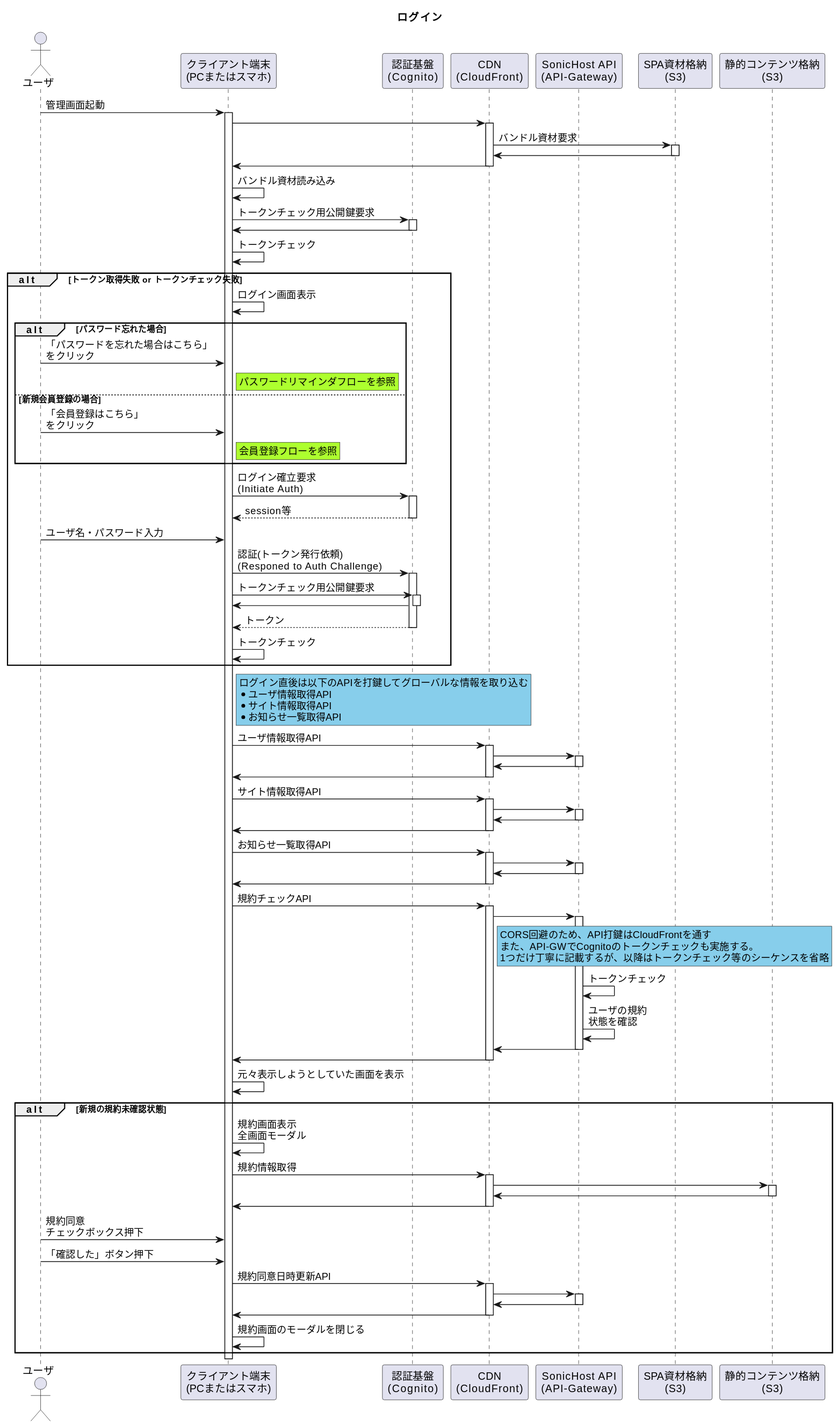
Before: 01_Sequences/00_Authentication/00_Login_Flow/LoginFlow.svg, a diagram exported from PlantUML (Sonic-Host/documents).
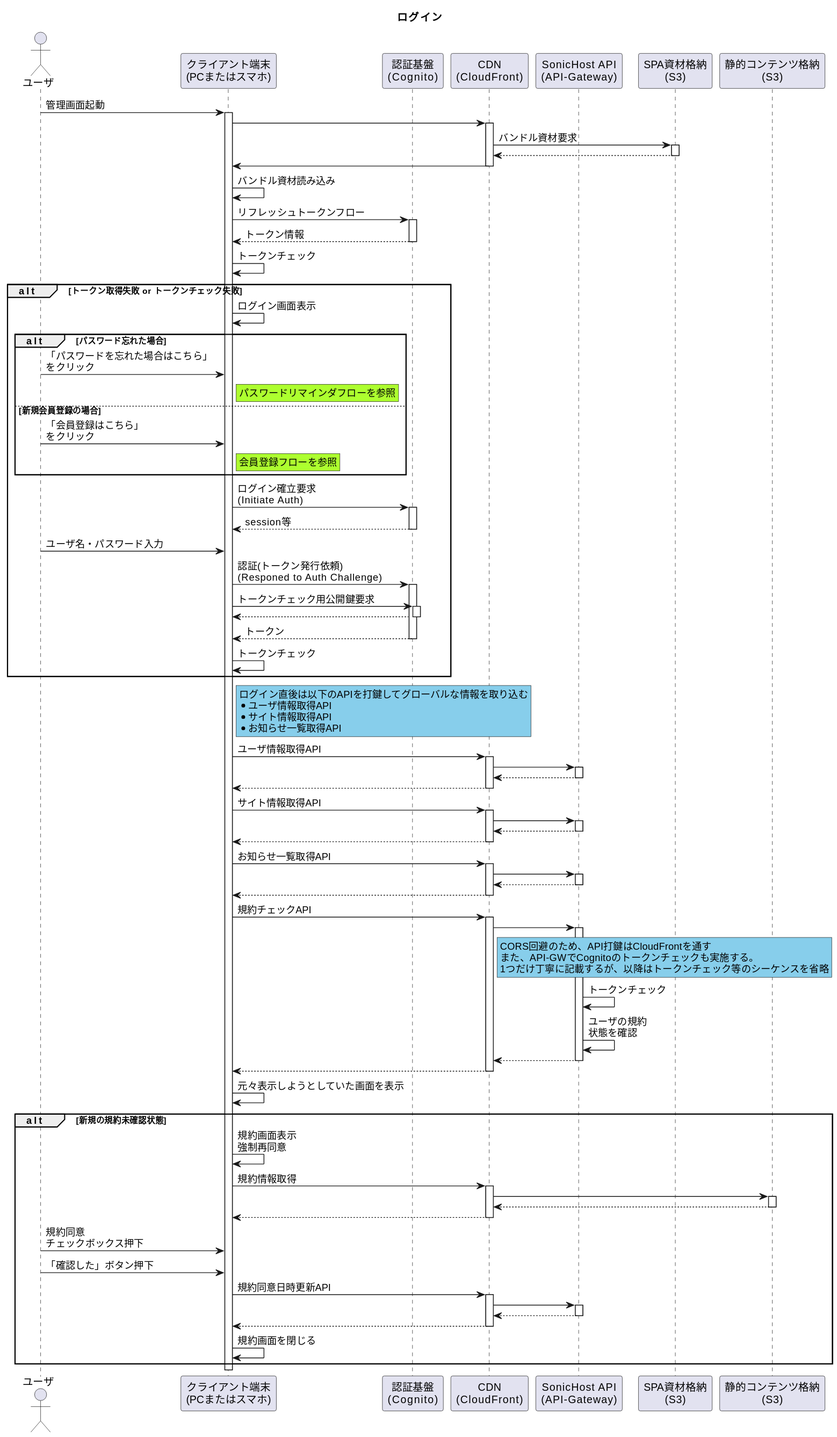
The same diagram one commit later.

The edit, as a diff of the source:
```diff
@@ -13,12 +13,12 @@
 user -> device ++ : 管理画面起動
 device -> cdn ++
 cdn -> spa ++ : バンドル資材要求
-cdn <- spa --
+cdn <-- spa --
 device <- cdn --
 device ->device : バンドル資材読み込み
-device -> cognito ++ : トークンチェック用公開鍵要求
-device <- cognito --
-device -> device: トークンチェック
+device -> cognito ++ :  リフレッシュトークンフロー
+device <-- cognito -- : トークン情報
+device -> device : トークンチェック
 alt トークン取得失敗 or トークンチェック失敗
     device -> device : ログイン画面表示
     alt パスワード忘れた場合
@@ -37,7 +37,7 @@
     user -> device : ユーザ名・パスワード入力
     device -> cognito ++ : 認証(トークン発行依頼)\n(Responed to Auth Challenge)
     device -> cognito ++ : トークンチェック用公開鍵要求
-    device <- cognito --
+    device <-- cognito --
     device <-- cognito -- : トークン
     device -> device : トークンチェック
 end
@@ -49,16 +49,16 @@
 end note
 device -> cdn ++ : ユーザ情報取得API
 cdn -> api ++
-cdn <- api --
-device <- cdn --
+cdn <-- api --
+device <-- cdn --
 device -> cdn ++ : サイト情報取得API
 cdn -> api ++
-cdn <- api --
-device <- cdn --
+cdn <-- api --
+device <-- cdn --
 device -> cdn ++ : お知らせ一覧取得API
 cdn -> api ++
-cdn <- api --
-device <- cdn --
+cdn <-- api --
+device <-- cdn --
 device -> cdn ++ : 規約チェックAPI
 cdn -> api ++
 rnote right of cdn #SkyBlue
@@ -68,21 +68,21 @@
 end note
 api -> api : トークンチェック
 api -> api : ユーザの規約\n状態を確認
-cdn <- api --
-device <- cdn --
+cdn <-- api --
+device <-- cdn --
 device -> device : 元々表示しようとしていた画面を表示
 alt 新規の規約未確認状態
-    device -> device : 規約画面表示\n全画面モーダル
+    device -> device : 規約画面表示\n強制再同意
     device -> cdn ++ : 規約情報取得
     cdn -> static ++
-    cdn <- static --
-    device <- cdn --
+    cdn <-- static --
+    device <-- cdn --
     user -> device : 規約同意\nチェックボックス押下
     user -> device : 「確認した」ボタン押下
     device -> cdn ++ : 規約同意日時更新API
     cdn -> api ++
-    cdn <- api --
-    device <- cdn --
-    device -> device : 規約画面のモーダルを閉じる
+    cdn <-- api --
+    device <-- cdn --
+    device -> device : 規約画面を閉じる
 end
 @enduml
```
